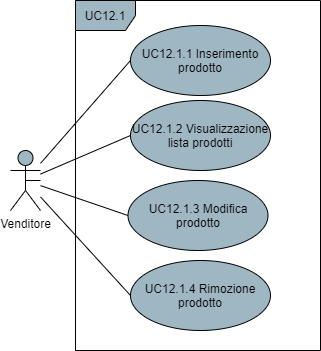
Omicron-Team/Documentazione keeps this draw.io diagram as DocumentazioneEsterna/AnalisiDeiRequisiti/res/UseCase/Immagini/GestioneProdotti.png. Above is the earlier version. Source tidied: cells renumbered, new cells last; positions are measured from the earlier drawing's top-left corner, leaving out a move shared by most shapes.
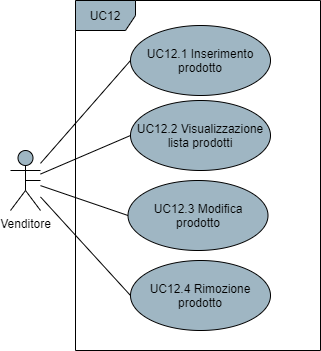
Later version of the same file.

Diff of the diagram source:
```diff
@@ -17,19 +17,19 @@
     <mxCell id="6" value="Venditore" style="shape=umlActor;verticalLabelPosition=bottom;verticalAlign=top;html=1;fillColor=#9FB6C3;" parent="1" vertex="1">
       <mxGeometry y="150" width="30" height="60" as="geometry" />
     </mxCell>
-    <mxCell id="7" value="UC12.1" style="shape=umlFrame;whiteSpace=wrap;html=1;fillColor=#9FB6C3;" parent="1" vertex="1">
+    <mxCell id="7" value="UC12" style="shape=umlFrame;whiteSpace=wrap;html=1;fillColor=#9FB6C3;" parent="1" vertex="1">
       <mxGeometry x="65" width="245" height="350" as="geometry" />
     </mxCell>
-    <mxCell id="8" value="UC12.1.1 Inserimento prodotto" style="ellipse;whiteSpace=wrap;html=1;fillColor=#9FB6C3;" parent="1" vertex="1">
+    <mxCell id="8" value="UC12.1 Inserimento prodotto" style="ellipse;whiteSpace=wrap;html=1;fillColor=#9FB6C3;" parent="1" vertex="1">
       <mxGeometry x="120" y="25" width="140" height="70" as="geometry" />
     </mxCell>
-    <mxCell id="9" value="UC12.1.2 Visualizzazione lista prodotti" style="ellipse;whiteSpace=wrap;html=1;fillColor=#9FB6C3;" parent="1" vertex="1">
+    <mxCell id="9" value="UC12.2 Visualizzazione lista prodotti" style="ellipse;whiteSpace=wrap;html=1;fillColor=#9FB6C3;" parent="1" vertex="1">
       <mxGeometry x="120" y="100" width="140" height="70" as="geometry" />
     </mxCell>
-    <mxCell id="10" value="UC12.1.3 Modifica&lt;br&gt;prodotto" style="ellipse;whiteSpace=wrap;html=1;fillColor=#9FB6C3;" parent="1" vertex="1">
+    <mxCell id="10" value="UC12.3 Modifica&lt;br&gt;prodotto" style="ellipse;whiteSpace=wrap;html=1;fillColor=#9FB6C3;" parent="1" vertex="1">
       <mxGeometry x="117.5" y="180" width="140" height="70" as="geometry" />
     </mxCell>
-    <mxCell id="11" value="UC12.1.4 Rimozione prodotto" style="ellipse;whiteSpace=wrap;html=1;fillColor=#9FB6C3;" parent="1" vertex="1">
+    <mxCell id="11" value="UC12.4 Rimozione prodotto" style="ellipse;whiteSpace=wrap;html=1;fillColor=#9FB6C3;" parent="1" vertex="1">
       <mxGeometry x="120" y="260" width="140" height="70" as="geometry" />
     </mxCell>
     <mxCell id="12" style="edgeStyle=none;rounded=0;orthogonalLoop=1;jettySize=auto;html=1;exitX=0.5;exitY=0.5;exitDx=0;exitDy=0;exitPerimeter=0;startArrow=none;startFill=0;endArrow=none;endFill=0;" parent="1" edge="1" source="6" target="6">
```
